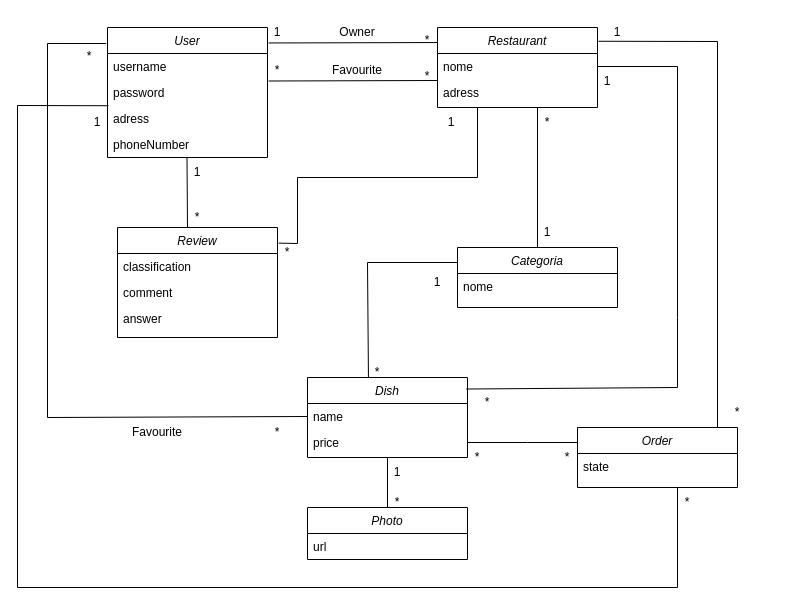
This is Base Dados.drawio from ruibrogandrade/projectLTW, a draw.io file, before an edit. Source tidied: cells renumbered, new cells numbered last; positions are measured from the earlier drawing's top-left corner, leaving out a move shared by most shapes. Both pictures are drawn from the tidied source at 100%, with x=0, y=0 at pixel (17, 17).
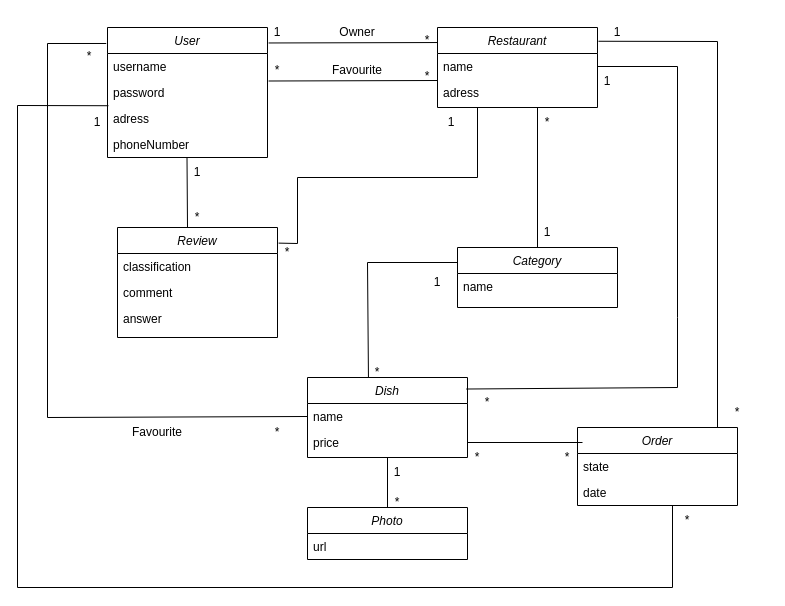
The same page after the edit.

Commit message (it also covers changes not shown here):
Base de dados

The change refers to these unchanged cells:
```xml
<mxCell id="5" value="adress" style="text;align=left;verticalAlign=top;spacingLeft=4;spacingRight=4;overflow=hidden;points=[[0,0.5],[1,0.5]];portConstraint=eastwest;rounded=0;shadow=0;html=0;" parent="2" vertex="1">
  <mxGeometry y="78" width="160" height="26" as="geometry" />
</mxCell>
<mxCell id="7" value="Restaurant" style="swimlane;fontStyle=2;align=center;verticalAlign=top;horizontal=1;startSize=26;rounded=0;shadow=0;strokeWidth=1;" parent="1" vertex="1">
  <mxGeometry x="420" y="10" width="160" height="80" as="geometry" />
</mxCell>
<mxCell id="35" value="price" style="text;align=left;verticalAlign=top;spacingLeft=4;spacingRight=4;overflow=hidden;points=[[0,0.5],[1,0.5]];portConstraint=eastwest;rounded=0;shadow=0;html=0;" parent="33" vertex="1">
  <mxGeometry y="52" width="160" height="26" as="geometry" />
</mxCell>
<mxCell id="55" value="*" style="text;html=1;strokeColor=none;fillColor=none;align=center;verticalAlign=middle;whiteSpace=wrap;rounded=0;" parent="1" vertex="1">
  <mxGeometry x="520" y="425" width="60" height="30" as="geometry" />
</mxCell>
```

What changed in the source:
```diff
@@
-    <mxCell id="8" value="nome" style="text;align=left;verticalAlign=top;spacingLeft=4;spacingRight=4;overflow=hidden;points=[[0,0.5],[1,0.5]];portConstraint=eastwest;" parent="7" vertex="1">
+    <mxCell id="8" value="name" style="text;align=left;verticalAlign=top;spacingLeft=4;spacingRight=4;overflow=hidden;points=[[0,0.5],[1,0.5]];portConstraint=eastwest;" parent="7" vertex="1">
       <mxGeometry y="26" width="160" height="26" as="geometry" />
     </mxCell>
@@
-    <mxCell id="18" value="Categoria" style="swimlane;fontStyle=2;align=center;verticalAlign=top;horizontal=1;startSize=26;rounded=0;shadow=0;strokeWidth=1;" parent="1" vertex="1">
+    <mxCell id="18" value="Category" style="swimlane;fontStyle=2;align=center;verticalAlign=top;horizontal=1;startSize=26;rounded=0;shadow=0;strokeWidth=1;" parent="1" vertex="1">
       <mxGeometry x="440" y="230" width="160" height="60" as="geometry" />
     </mxCell>
-    <mxCell id="19" value="nome" style="text;align=left;verticalAlign=top;spacingLeft=4;spacingRight=4;overflow=hidden;" parent="18" vertex="1">
+    <mxCell id="19" value="name" style="text;align=left;verticalAlign=top;spacingLeft=4;spacingRight=4;overflow=hidden;" parent="18" vertex="1">
       <mxGeometry y="26" width="160" height="26" as="geometry" />
     </mxCell>
@@
     <mxCell id="51" value="Order" style="swimlane;fontStyle=2;align=center;verticalAlign=top;horizontal=1;startSize=26;rounded=0;shadow=0;strokeWidth=1;" parent="1" vertex="1">
-      <mxGeometry x="560" y="410" width="160" height="60" as="geometry" />
+      <mxGeometry x="560" y="410" width="160" height="78" as="geometry" />
     </mxCell>
@@
+    <mxCell id="62" value="date " style="text;align=left;verticalAlign=top;spacingLeft=4;spacingRight=4;overflow=hidden;" parent="51" vertex="1">
+      <mxGeometry y="52" width="160" height="26" as="geometry" />
+    </mxCell>
-    <mxCell id="53" style="endArrow=none;html=1;rounded=0;entryX=0;entryY=0.25;entryDx=0;entryDy=0;exitX=1;exitY=0.5;exitDx=0;exitDy=0;" parent="1" edge="1" source="35" target="51">
-      <mxGeometry relative="1" as="geometry">
-        <Array as="points">
-          <mxPoint x="510" y="425" />
-        </Array>
-      </mxGeometry>
+    <mxCell id="53" style="endArrow=none;html=1;rounded=0;entryX=0.75;entryY=0;entryDx=0;entryDy=0;exitX=1;exitY=0.5;exitDx=0;exitDy=0;" parent="1" edge="1" source="35" target="55">
+      <mxGeometry relative="1" as="geometry" />
     </mxCell>
@@
-    <mxCell id="59" style="endArrow=none;html=1;rounded=0;entryX=0.006;entryY=0.009;entryDx=0;entryDy=0;entryPerimeter=0;" parent="1" edge="1" target="5">
+    <mxCell id="59" style="endArrow=none;html=1;rounded=0;entryX=0.006;entryY=0.009;entryDx=0;entryDy=0;entryPerimeter=0;exitX=0.25;exitY=0;exitDx=0;exitDy=0;" parent="1" edge="1" source="61" target="5">
       <mxGeometry relative="1" as="geometry">
-        <mxPoint x="660" y="470" as="sourcePoint" />
         <Array as="points">
-          <mxPoint x="660" y="570" />
+          <mxPoint x="655" y="570" />
           <mxPoint y="570" />
           <mxPoint y="88" />
         </Array>
       </mxGeometry>
     </mxCell>
@@
     <mxCell id="61" value="*" style="text;html=1;strokeColor=none;fillColor=none;align=center;verticalAlign=middle;whiteSpace=wrap;rounded=0;" parent="1" vertex="1">
-      <mxGeometry x="640" y="470" width="60" height="30" as="geometry" />
+      <mxGeometry x="640" y="488" width="60" height="30" as="geometry" />
     </mxCell>
```
